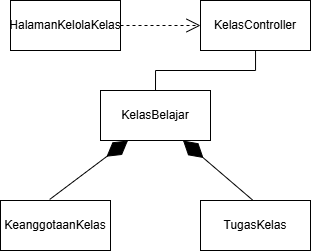
nighttbott/IF2150-RPL-K02-G04 keeps this draw.io diagram as docs/M4/assets/diagram/UC07.png. Above is the earlier version. Source tidied: cells renumbered, new cells last; positions are measured from the earlier drawing's top-left corner, leaving out a move shared by most shapes.
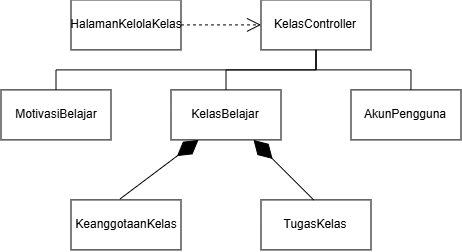
The same diagram one commit later.

Change to the diagram source:
```diff
@@ -12,13 +12,13 @@
       <mxGeometry x="200" width="110" height="50" as="geometry" />
     </mxCell>
     <mxCell id="5" value="KelasBelajar" style="html=1;whiteSpace=wrap;" parent="1" vertex="1">
-      <mxGeometry x="100" y="90" width="110" height="50" as="geometry" />
+      <mxGeometry x="110" y="90" width="110" height="50" as="geometry" />
     </mxCell>
     <mxCell id="6" style="endArrow=none;html=1;edgeStyle=orthogonalEdgeStyle;rounded=0;entryX=0.5;entryY=0;entryDx=0;entryDy=0;" parent="1" edge="1" source="4" target="5">
       <mxGeometry relative="1" as="geometry" />
     </mxCell>
     <mxCell id="7" value="KeanggotaanKelas" style="html=1;whiteSpace=wrap;" parent="1" vertex="1">
-      <mxGeometry y="200" width="110" height="50" as="geometry" />
+      <mxGeometry x="10" y="200" width="110" height="50" as="geometry" />
     </mxCell>
     <mxCell id="8" value="TugasKelas" style="html=1;whiteSpace=wrap;" parent="1" vertex="1">
       <mxGeometry x="200" y="200" width="110" height="50" as="geometry" />
@@ -29,5 +29,17 @@
     <mxCell id="10" style="endArrow=diamondThin;endFill=1;endSize=24;html=1;rounded=0;exitX=0.479;exitY=0.001;exitDx=0;exitDy=0;exitPerimeter=0;entryX=0.75;entryY=1;entryDx=0;entryDy=0;" parent="1" edge="1" source="8" target="5">
       <mxGeometry relative="1" as="geometry" />
     </mxCell>
+    <mxCell id="11" value="AkunPengguna" style="html=1;whiteSpace=wrap;" parent="1" vertex="1">
+      <mxGeometry x="290" y="90" width="110" height="50" as="geometry" />
+    </mxCell>
+    <mxCell id="12" style="endArrow=none;html=1;edgeStyle=orthogonalEdgeStyle;rounded=0;entryX=0.545;entryY=0;entryDx=0;entryDy=0;exitX=0.5;exitY=1;exitDx=0;exitDy=0;entryPerimeter=0;" parent="1" edge="1" source="4" target="11">
+      <mxGeometry relative="1" as="geometry" />
+    </mxCell>
+    <mxCell id="13" value="MotivasiBelajar" style="html=1;whiteSpace=wrap;" parent="1" vertex="1">
+      <mxGeometry x="-60" y="90" width="110" height="50" as="geometry" />
+    </mxCell>
+    <mxCell id="14" style="endArrow=none;html=1;edgeStyle=orthogonalEdgeStyle;rounded=0;exitX=0.5;exitY=1;exitDx=0;exitDy=0;" parent="1" edge="1" source="4" target="13">
+      <mxGeometry relative="1" as="geometry" />
+    </mxCell>
   </root>
 </mxGraphModel>
```
